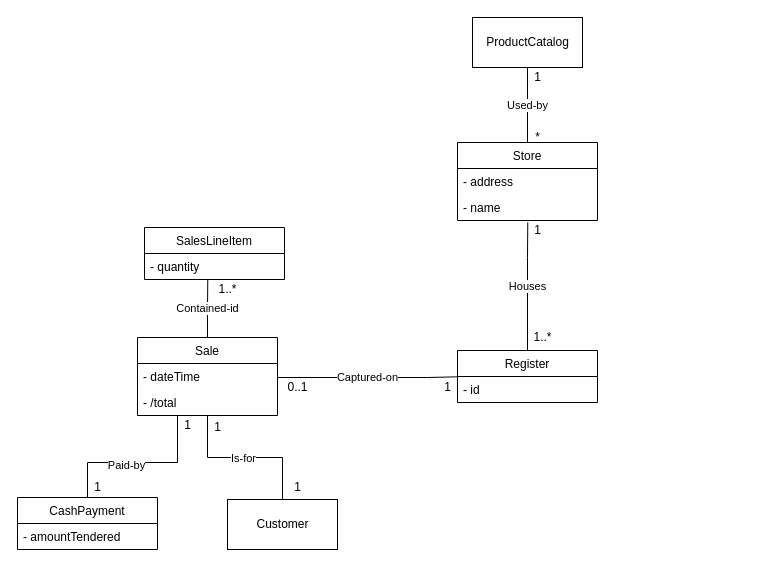
Earlier version of the draw.io diagram UML-Sandbox.drawio (TMP-DARQSW/UML-Sandbox). Source tidied: cells renumbered, new cells numbered last; positions are measured from the earlier drawing's top-left corner, leaving out a move shared by most shapes. Both pictures are drawn from the tidied source at 100%, with x=0, y=0 at pixel (17, 17).
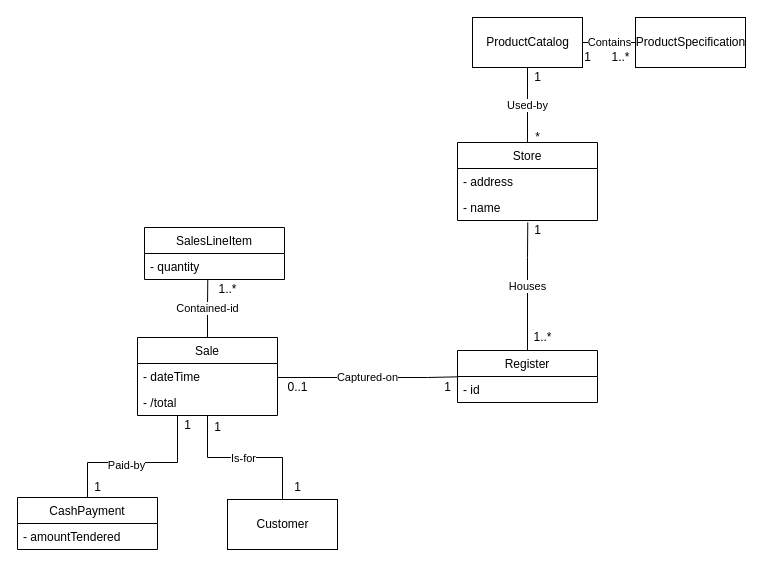
After the change.

Commit message:
Agregando ProductSpecification

The change refers to these unchanged cells:
```xml
<mxCell id="32" value="ProductCatalog" style="html=1;" parent="1" vertex="1">
  <mxGeometry x="455" width="110" height="50" as="geometry" />
</mxCell>
```

What changed in the source:
```diff
@@
+    <mxCell id="35" value="Contains" style="edgeStyle=orthogonalEdgeStyle;rounded=0;jettySize=auto;html=1;entryX=0;entryY=0.5;entryDx=0;entryDy=0;endArrow=none;endFill=0;" parent="1" edge="1" source="32" target="36">
+      <mxGeometry relative="1" as="geometry" />
+    </mxCell>
@@
+    <mxCell id="36" value="ProductSpecification" style="html=1;" parent="1" vertex="1">
+      <mxGeometry x="618" width="110" height="50" as="geometry" />
+    </mxCell>
+    <mxCell id="37" value="1" style="text;html=1;align=center;verticalAlign=middle;strokeColor=none;fillColor=none;" parent="1" vertex="1">
+      <mxGeometry x="560" y="30" width="20" height="20" as="geometry" />
+    </mxCell>
+    <mxCell id="38" value="1..*" style="text;html=1;align=center;verticalAlign=middle;strokeColor=none;fillColor=none;" parent="1" vertex="1">
+      <mxGeometry x="588" y="30" width="30" height="20" as="geometry" />
+    </mxCell>
```
